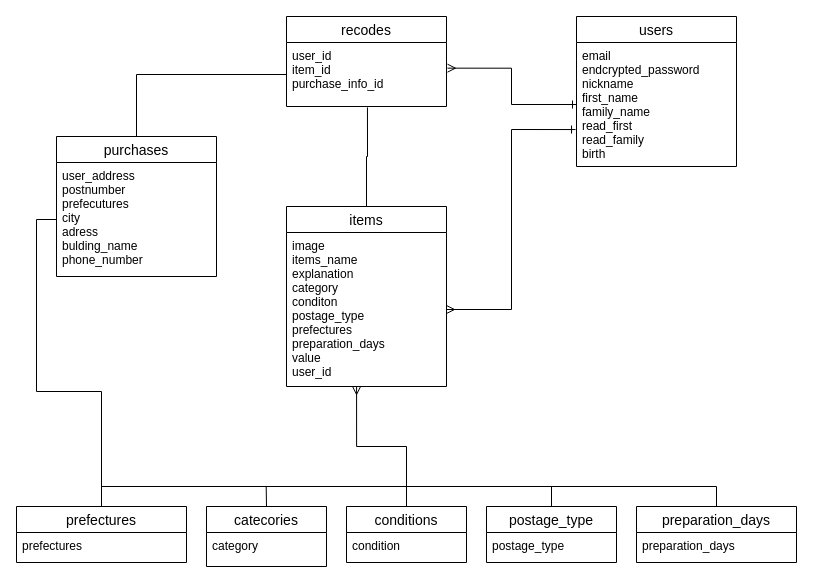
Before: furima.dio in oritaitsuki/furima-36225, a draw.io diagram. Source tidied: cells renumbered, new cells numbered last; positions are measured from the earlier drawing's top-left corner, leaving out a move shared by most shapes. Both pictures are drawn from the tidied source at 100%, with x=0, y=0 at pixel (16, 16).
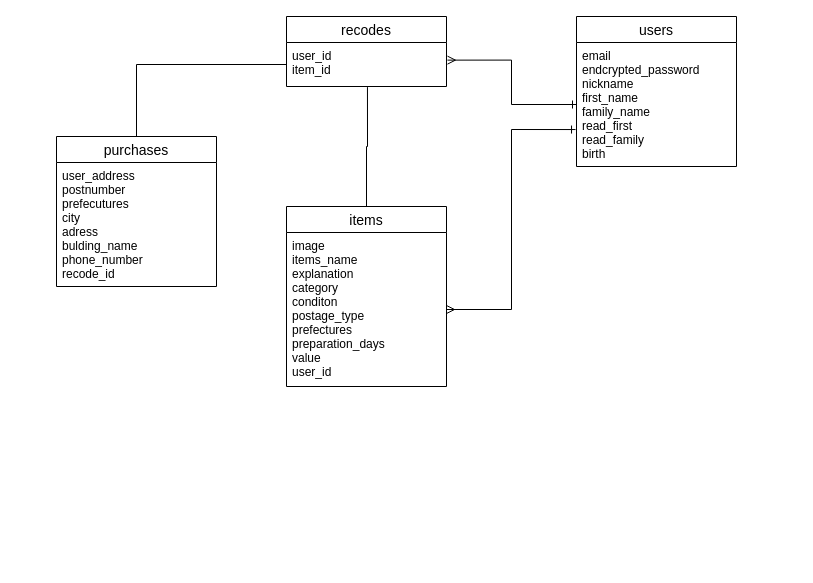
Above is the later version.

Unchanged cells that the change refers to:
```xml
<mxCell id="6" value="image&#10;items_name&#10;explanation&#10;category&#10;conditon&#10;postage_type&#10;prefectures&#10;preparation_days&#10;value&#10;user_id&#10;&#10;&#10;" style="text;strokeColor=none;fillColor=none;spacingLeft=4;spacingRight=4;overflow=hidden;points=[[0,0.5],[1,0.5]];portConstraint=eastwest;fontSize=12;" parent="5" vertex="1">
  <mxGeometry y="26" width="160" height="154" as="geometry" />
</mxCell>
```

Change to the diagram source:
```diff
@@
     <mxCell id="7" value="purchases" style="swimlane;fontStyle=0;horizontal=1;startSize=26;align=center;fontSize=14;" parent="1" vertex="1">
-      <mxGeometry x="40" y="120" width="160" height="140" as="geometry" />
+      <mxGeometry x="40" y="120" width="160" height="150" as="geometry" />
     </mxCell>
-    <mxCell id="8" value="user_address&#10;postnumber&#10;prefecutures&#10;city&#10;adress&#10;bulding_name&#10;phone_number&#10;" style="text;strokeColor=none;fillColor=none;spacingLeft=4;spacingRight=4;overflow=hidden;points=[[0,0.5],[1,0.5]];portConstraint=eastwest;fontSize=12;" parent="7" vertex="1">
-      <mxGeometry y="26" width="160" height="114" as="geometry" />
+    <mxCell id="8" value="user_address&#10;postnumber&#10;prefecutures&#10;city&#10;adress&#10;bulding_name&#10;phone_number&#10;recode_id&#10;" style="text;strokeColor=none;fillColor=none;spacingLeft=4;spacingRight=4;overflow=hidden;points=[[0,0.5],[1,0.5]];portConstraint=eastwest;fontSize=12;" parent="7" vertex="1">
+      <mxGeometry y="26" width="160" height="124" as="geometry" />
     </mxCell>
-    <mxCell id="9" style="edgeStyle=orthogonalEdgeStyle;rounded=0;jettySize=auto;html=1;exitX=0.5;exitY=0;exitDx=0;exitDy=0;entryX=0.5;entryY=0;entryDx=0;entryDy=0;startArrow=none;startFill=0;endArrow=none;endFill=0;" parent="1" edge="1" source="10" target="16">
-      <mxGeometry relative="1" as="geometry" />
-    </mxCell>
-    <mxCell id="10" value="prefectures" style="swimlane;fontStyle=0;horizontal=1;startSize=26;align=center;fontSize=14;" parent="1" vertex="1">
-      <mxGeometry y="490" width="170" height="56" as="geometry" />
-    </mxCell>
-    <mxCell id="11" value="prefectures" style="text;strokeColor=none;fillColor=none;spacingLeft=4;spacingRight=4;overflow=hidden;fontSize=12;" parent="10" vertex="1">
-      <mxGeometry y="26" width="170" height="30" as="geometry" />
-    </mxCell>
-    <mxCell id="12" style="edgeStyle=orthogonalEdgeStyle;rounded=0;jettySize=auto;html=1;exitX=0.5;exitY=0;exitDx=0;exitDy=0;startArrow=none;startFill=0;endArrow=none;endFill=0;" parent="1" edge="1" source="13">
-      <mxGeometry relative="1" as="geometry">
-        <mxPoint x="249.7" y="470" as="targetPoint" />
-      </mxGeometry>
-    </mxCell>
-    <mxCell id="13" value="catecories" style="swimlane;fontStyle=0;horizontal=1;startSize=26;align=center;fontSize=14;" parent="1" vertex="1">
-      <mxGeometry x="190" y="490" width="120" height="60" as="geometry" />
-    </mxCell>
-    <mxCell id="14" value="category" style="text;strokeColor=none;fillColor=none;spacingLeft=4;spacingRight=4;overflow=hidden;fontSize=12;" parent="13" vertex="1">
-      <mxGeometry y="26" width="120" height="34" as="geometry" />
-    </mxCell>
-    <mxCell id="15" style="edgeStyle=orthogonalEdgeStyle;rounded=0;jettySize=auto;html=1;exitX=0.5;exitY=0;exitDx=0;exitDy=0;entryX=0.438;entryY=1;entryDx=0;entryDy=0;entryPerimeter=0;startArrow=none;startFill=0;endArrow=ERmany;endFill=0;" parent="1" edge="1" source="16" target="6">
-      <mxGeometry relative="1" as="geometry" />
-    </mxCell>
-    <mxCell id="16" value="conditions" style="swimlane;fontStyle=0;horizontal=1;startSize=26;align=center;fontSize=14;" parent="1" vertex="1">
-      <mxGeometry x="330" y="490" width="120" height="56" as="geometry" />
-    </mxCell>
-    <mxCell id="17" value="condition" style="text;strokeColor=none;fillColor=none;spacingLeft=4;spacingRight=4;overflow=hidden;fontSize=12;" parent="16" vertex="1">
-      <mxGeometry y="26" width="120" height="30" as="geometry" />
-    </mxCell>
-    <mxCell id="18" style="edgeStyle=orthogonalEdgeStyle;rounded=0;jettySize=auto;html=1;exitX=0.5;exitY=0;exitDx=0;exitDy=0;startArrow=none;startFill=0;endArrow=none;endFill=0;" parent="1" edge="1" source="19">
-      <mxGeometry relative="1" as="geometry">
-        <mxPoint x="535" y="470" as="targetPoint" />
-      </mxGeometry>
-    </mxCell>
-    <mxCell id="19" value="postage_type" style="swimlane;fontStyle=0;horizontal=1;startSize=26;align=center;fontSize=14;" parent="1" vertex="1">
-      <mxGeometry x="470" y="490" width="130" height="56" as="geometry" />
-    </mxCell>
-    <mxCell id="20" value="postage_type" style="text;strokeColor=none;fillColor=none;spacingLeft=4;spacingRight=4;overflow=hidden;fontSize=12;" parent="19" vertex="1">
-      <mxGeometry y="26" width="130" height="30" as="geometry" />
-    </mxCell>
-    <mxCell id="21" style="edgeStyle=orthogonalEdgeStyle;rounded=0;jettySize=auto;html=1;exitX=0.5;exitY=0;exitDx=0;exitDy=0;entryX=0.5;entryY=0;entryDx=0;entryDy=0;startArrow=none;startFill=0;endArrow=none;endFill=0;" parent="1" edge="1" source="22" target="16">
-      <mxGeometry relative="1" as="geometry" />
-    </mxCell>
-    <mxCell id="22" value="preparation_days" style="swimlane;fontStyle=0;horizontal=1;startSize=26;align=center;fontSize=14;" parent="1" vertex="1">
-      <mxGeometry x="620" y="490" width="160" height="56" as="geometry" />
-    </mxCell>
-    <mxCell id="23" value="preparation_days" style="text;strokeColor=none;fillColor=none;spacingLeft=4;spacingRight=4;overflow=hidden;fontSize=12;" parent="22" vertex="1">
-      <mxGeometry y="26" width="160" height="30" as="geometry" />
-    </mxCell>
     <mxCell id="24" value="recodes" style="swimlane;fontStyle=0;horizontal=1;startSize=26;align=center;fontSize=14;" parent="1" vertex="1">
-      <mxGeometry x="270" width="160" height="90" as="geometry" />
+      <mxGeometry x="270" width="160" height="70" as="geometry" />
     </mxCell>
-    <mxCell id="25" value="user_id&#10;item_id&#10;purchase_info_id" style="text;strokeColor=none;fillColor=none;spacingLeft=4;spacingRight=4;overflow=hidden;points=[[0,0.5],[1,0.5]];portConstraint=eastwest;fontSize=12;" parent="24" vertex="1">
-      <mxGeometry y="26" width="160" height="64" as="geometry" />
+    <mxCell id="25" value="user_id&#10;item_id&#10;" style="text;strokeColor=none;fillColor=none;spacingLeft=4;spacingRight=4;overflow=hidden;points=[[0,0.5],[1,0.5]];portConstraint=eastwest;fontSize=12;" parent="24" vertex="1">
+      <mxGeometry y="26" width="160" height="44" as="geometry" />
     </mxCell>
@@
-    <mxCell id="29" style="edgeStyle=orthogonalEdgeStyle;rounded=0;jettySize=auto;html=1;exitX=0;exitY=0.5;exitDx=0;exitDy=0;entryX=0.5;entryY=0;entryDx=0;entryDy=0;startArrow=none;startFill=0;endArrow=none;endFill=0;" parent="1" edge="1" source="8" target="10">
-      <mxGeometry relative="1" as="geometry" />
-    </mxCell>
```
